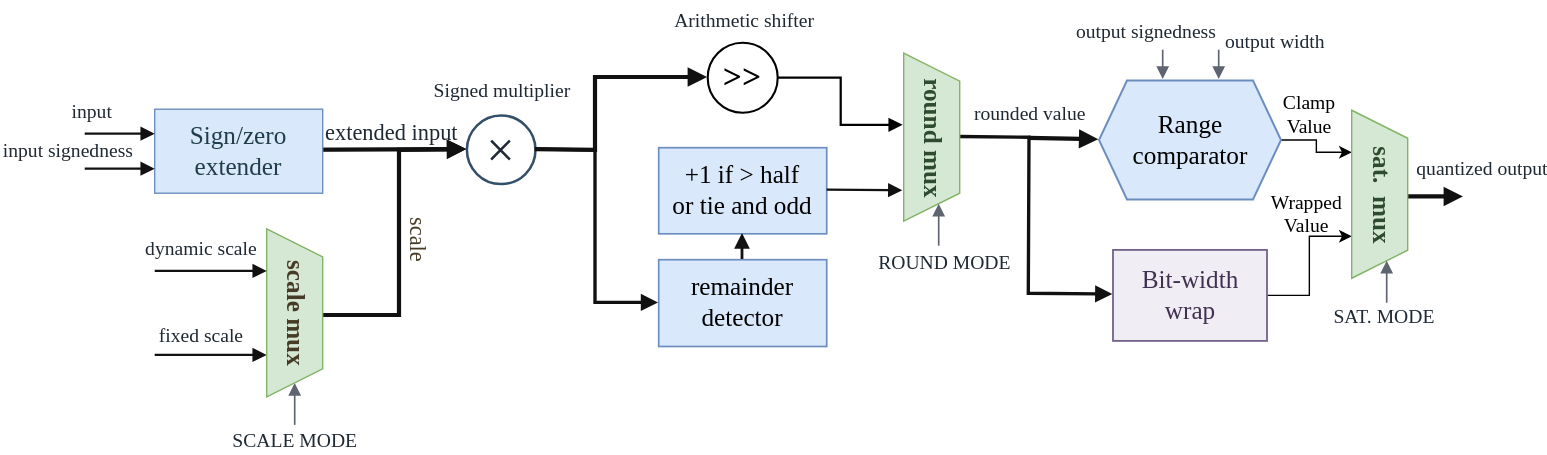
Above: docx/presentation/thesis/drawio/fixed_point_vector_lane.svg in Elison-debug/Cmamba_reconstruct (draw.io), before the change. Source tidied: cells renumbered, new cells last; positions are measured from the earlier drawing's top-left corner, leaving out a move shared by most shapes.
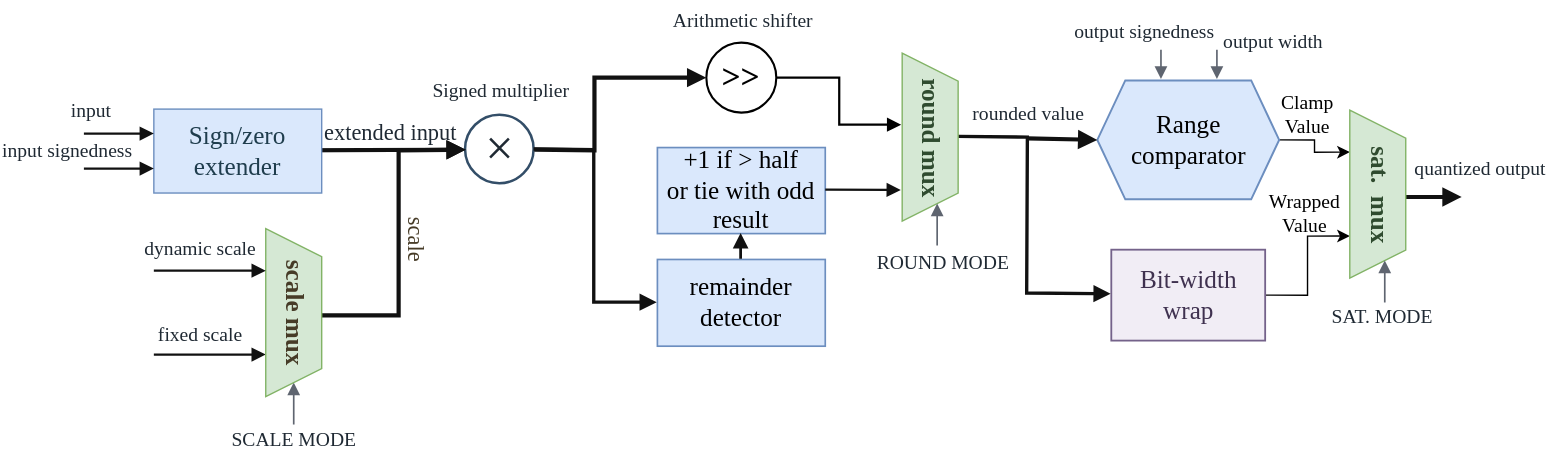
Later version of the same file.

Diff of the diagram source:
```diff
@@ -26,7 +26,7 @@
     <mxCell id="9" value="&lt;font style=&quot;font-size: 18px;&quot;&gt;remainder detector&lt;/font&gt;" style="rounded=0;whiteSpace=wrap;html=1;fillColor=#dae8fc;strokeColor=#6c8ebf;fontFamily=Times New Roman;fontSize=15;strokeWidth=1.2;" parent="1" vertex="1">
       <mxGeometry x="470" y="185" width="120" height="62" as="geometry" />
     </mxCell>
-    <mxCell id="10" value="&lt;font style=&quot;font-size: 18px;&quot;&gt;+1 if &amp;gt; half&lt;br&gt;or tie and odd&lt;/font&gt;" style="rounded=0;whiteSpace=wrap;html=1;fillColor=#dae8fc;strokeColor=#6c8ebf;fontFamily=Times New Roman;fontSize=15;strokeWidth=1.2;" parent="1" vertex="1">
+    <mxCell id="10" value="&lt;font style=&quot;font-size: 18px;&quot;&gt;+1 if &amp;gt; half&lt;br&gt;or tie with odd result&lt;/font&gt;" style="rounded=0;whiteSpace=wrap;html=1;fillColor=#dae8fc;strokeColor=#6c8ebf;fontFamily=Times New Roman;fontSize=15;strokeWidth=1.2;" parent="1" vertex="1">
       <mxGeometry x="470" y="105" width="120" height="61.5" as="geometry" />
     </mxCell>
     <mxCell id="11" value="ROUND MODE" style="text;html=1;strokeColor=none;fillColor=none;fontFamily=Times New Roman;fontSize=14;fontColor=#1f2933;align=center;" parent="1" vertex="1">
```
